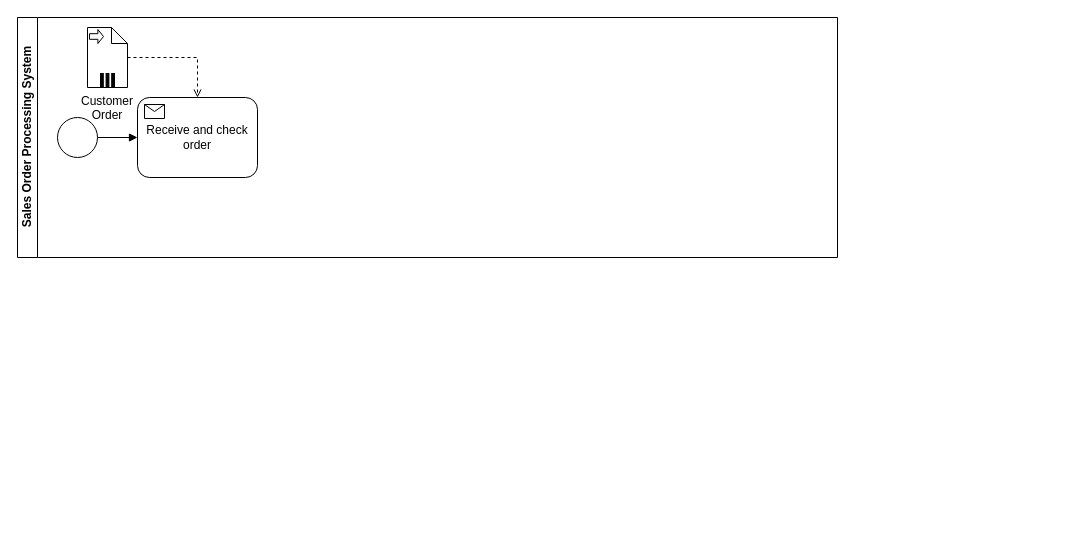
The draw.io diagram Untitled Diagram.drawio in shitanshiwoerzi/test, before the edit. Source tidied: cells renumbered, new cells numbered last; positions are measured from the earlier drawing's top-left corner, leaving out a move shared by most shapes. Both pictures are drawn from the tidied source at 100%, with x=0, y=0 at pixel (17, 17).
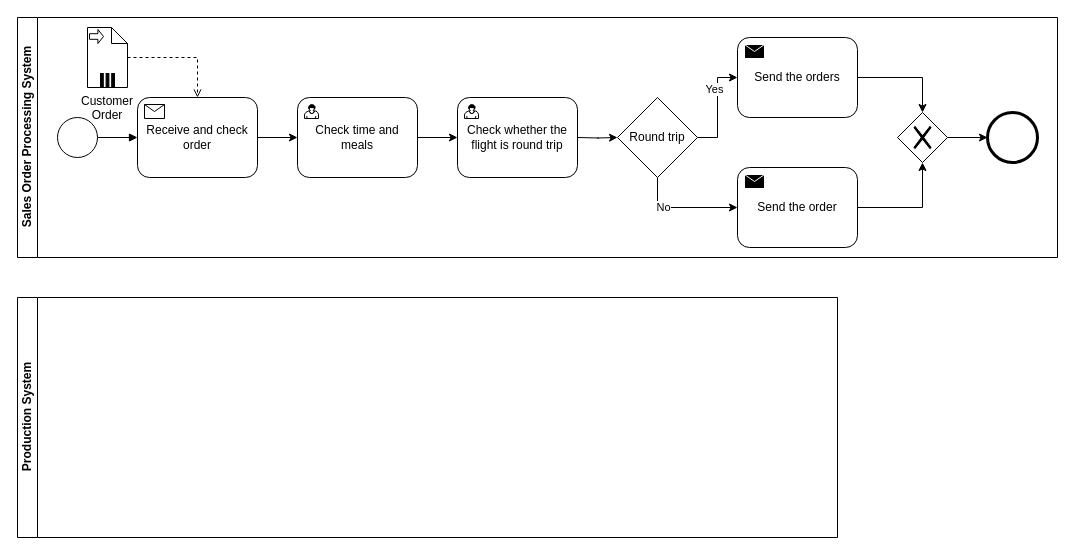
Above is the later version.

The change refers to these unchanged cells:
```xml
<mxCell id="9" value="Receive and check order" style="html=1;whiteSpace=wrap;rounded=1;" parent="2" vertex="1">
  <mxGeometry x="120" y="80" width="120" height="80" as="geometry" />
</mxCell>
```

What changed in the source:
```diff
@@
-    <mxCell id="2" value="Sales Order Processing System" style="swimlane;html=1;horizontal=0;startSize=20;" parent="1" vertex="1">
-      <mxGeometry width="820" height="240" as="geometry" />
+    <mxCell id="2" value="Sales Order Processing System" style="swimlane;html=1;horizontal=0;startSize=20;fillColor=#FFFFFF;" parent="1" vertex="1">
+      <mxGeometry width="1040" height="240" as="geometry" />
     </mxCell>
@@
+    <mxCell id="11" style="edgeStyle=orthogonalEdgeStyle;rounded=0;jettySize=auto;html=1;" parent="2" edge="1" source="9" target="13">
+      <mxGeometry relative="1" as="geometry" />
+    </mxCell>
@@
+    <mxCell id="12" style="edgeStyle=orthogonalEdgeStyle;rounded=0;jettySize=auto;html=1;entryX=0;entryY=0.5;entryDx=0;entryDy=0;" parent="2" edge="1" source="13" target="16">
+      <mxGeometry relative="1" as="geometry" />
+    </mxCell>
+    <mxCell id="13" value="Check time and meals" style="html=1;whiteSpace=wrap;rounded=1;" parent="2" vertex="1">
+      <mxGeometry x="280" y="80" width="120" height="80" as="geometry" />
+    </mxCell>
+    <mxCell id="14" style="html=1;shape=mxgraph.bpmn.user_task;" parent="13" vertex="1">
+      <mxGeometry width="14" height="14" relative="1" as="geometry">
+        <mxPoint x="7" y="7" as="offset" />
+      </mxGeometry>
+    </mxCell>
+    <mxCell id="15" style="edgeStyle=orthogonalEdgeStyle;rounded=0;orthogonalLoop=1;jettySize=auto;html=1;" parent="2" edge="1">
+      <mxGeometry relative="1" as="geometry">
+        <mxPoint x="560" y="120" as="sourcePoint" />
+        <mxPoint x="600" y="120" as="targetPoint" />
+      </mxGeometry>
+    </mxCell>
+    <mxCell id="16" value="Check whether the flight is round trip" style="html=1;whiteSpace=wrap;rounded=1;" parent="2" vertex="1">
+      <mxGeometry x="440" y="80" width="120" height="80" as="geometry" />
+    </mxCell>
+    <mxCell id="17" style="html=1;shape=mxgraph.bpmn.user_task;" parent="16" vertex="1">
+      <mxGeometry width="14" height="14" relative="1" as="geometry">
+        <mxPoint x="7" y="7" as="offset" />
+      </mxGeometry>
+    </mxCell>
+    <mxCell id="18" value="Round trip" style="rhombus;whiteSpace=wrap;html=1;" parent="2" vertex="1">
+      <mxGeometry x="600" y="80" width="80" height="80" as="geometry" />
+    </mxCell>
+    <mxCell id="19" style="edgeStyle=orthogonalEdgeStyle;rounded=0;jettySize=auto;html=1;entryX=0;entryY=0.5;entryDx=0;entryDy=0;" parent="2" edge="1" source="18" target="22">
+      <mxGeometry relative="1" as="geometry" />
+    </mxCell>
+    <mxCell id="20" value="Yes" style="edgeLabel;html=1;align=center;verticalAlign=middle;" parent="19" vertex="1">
+      <mxGeometry x="0.38" y="4" relative="1" as="geometry" />
+    </mxCell>
+    <mxCell id="21" style="edgeStyle=orthogonalEdgeStyle;rounded=0;jettySize=auto;html=1;entryX=0.5;entryY=0;entryDx=0;entryDy=0;" parent="2" edge="1" source="22" target="30">
+      <mxGeometry relative="1" as="geometry" />
+    </mxCell>
+    <mxCell id="22" value="Send the orders" style="html=1;whiteSpace=wrap;rounded=1;" parent="2" vertex="1">
+      <mxGeometry x="720" y="20" width="120" height="80" as="geometry" />
+    </mxCell>
+    <mxCell id="23" style="html=1;shape=message;fillColor=#000000;strokeColor=#FFFFFF;" parent="22" vertex="1">
+      <mxGeometry width="20" height="14" relative="1" as="geometry">
+        <mxPoint x="7" y="7" as="offset" />
+      </mxGeometry>
+    </mxCell>
+    <mxCell id="24" style="edgeStyle=orthogonalEdgeStyle;rounded=0;jettySize=auto;html=1;entryX=0.5;entryY=1;entryDx=0;entryDy=0;" parent="2" edge="1" source="25" target="30">
+      <mxGeometry relative="1" as="geometry" />
+    </mxCell>
+    <mxCell id="25" value="Send the order" style="html=1;whiteSpace=wrap;rounded=1;" parent="2" vertex="1">
+      <mxGeometry x="720" y="150" width="120" height="80" as="geometry" />
+    </mxCell>
+    <mxCell id="26" style="html=1;shape=message;fillColor=#000000;strokeColor=#FFFFFF;" parent="25" vertex="1">
+      <mxGeometry width="20" height="14" relative="1" as="geometry">
+        <mxPoint x="7" y="7" as="offset" />
+      </mxGeometry>
+    </mxCell>
+    <mxCell id="27" style="edgeStyle=orthogonalEdgeStyle;rounded=0;jettySize=auto;html=1;entryX=0;entryY=0.5;entryDx=0;entryDy=0;" parent="2" edge="1" target="25">
+      <mxGeometry relative="1" as="geometry">
+        <mxPoint x="640" y="160" as="sourcePoint" />
+        <Array as="points">
+          <mxPoint x="640" y="190" />
+        </Array>
+      </mxGeometry>
+    </mxCell>
+    <mxCell id="28" value="No" style="edgeLabel;html=1;align=center;verticalAlign=middle;" parent="27" vertex="1">
+      <mxGeometry x="-0.36" y="1" relative="1" as="geometry" />
+    </mxCell>
+    <mxCell id="29" style="edgeStyle=orthogonalEdgeStyle;rounded=0;jettySize=auto;html=1;entryX=0;entryY=0.5;entryDx=0;entryDy=0;" parent="2" edge="1" source="30" target="31">
+      <mxGeometry relative="1" as="geometry" />
+    </mxCell>
+    <mxCell id="30" style="shape=mxgraph.bpmn.shape;html=1;verticalLabelPosition=bottom;labelBackgroundColor=#ffffff;verticalAlign=top;align=center;perimeter=rhombusPerimeter;background=gateway;outlineConnect=0;outline=none;symbol=exclusiveGw;gradientColor=none;fillColor=#FFFFFF;" parent="2" vertex="1">
+      <mxGeometry x="880" y="95" width="50" height="50" as="geometry" />
+    </mxCell>
+    <mxCell id="31" style="shape=mxgraph.bpmn.shape;html=1;verticalLabelPosition=bottom;labelBackgroundColor=#ffffff;verticalAlign=top;align=center;perimeter=ellipsePerimeter;outlineConnect=0;outline=end;symbol=general;strokeColor=#000000;fillColor=#FFFFFF;gradientColor=none;" parent="2" vertex="1">
+      <mxGeometry x="970" y="95" width="50" height="50" as="geometry" />
+    </mxCell>
+    <mxCell id="32" value="Production System" style="swimlane;html=1;horizontal=0;startSize=20;fillColor=#FFFFFF;" parent="1" vertex="1">
+      <mxGeometry y="280" width="820" height="240" as="geometry" />
+    </mxCell>
```
